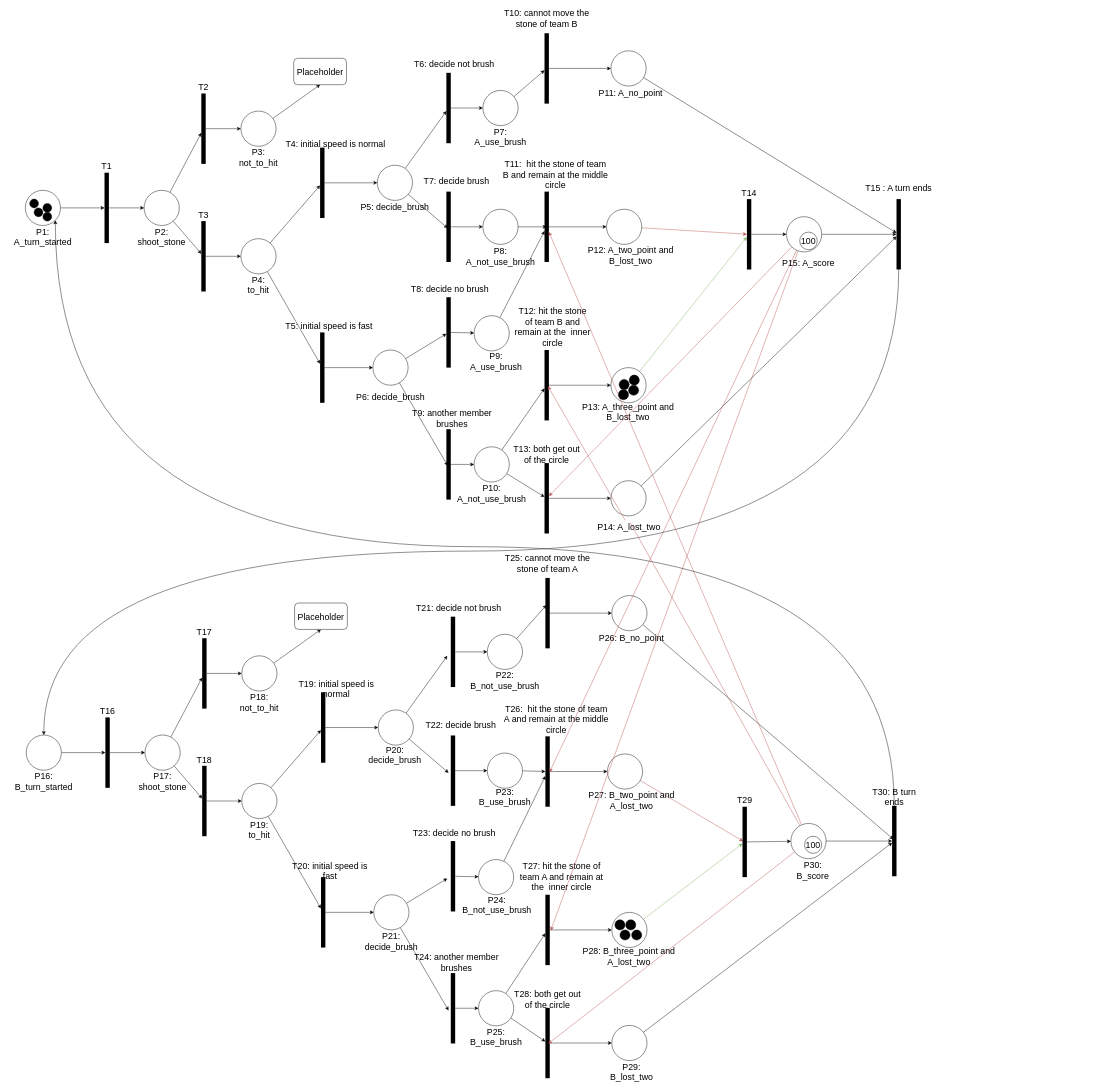
Above: 3100asmt3Q2.2.drawio in wkng0/heyy (draw.io), before the change. Source tidied: cells renumbered, new cells numbered last; positions are measured from the earlier drawing's top-left corner, leaving out a move shared by most shapes. Both pictures are drawn from the tidied source at 44%, with x=0, y=0 at pixel (7, 10).
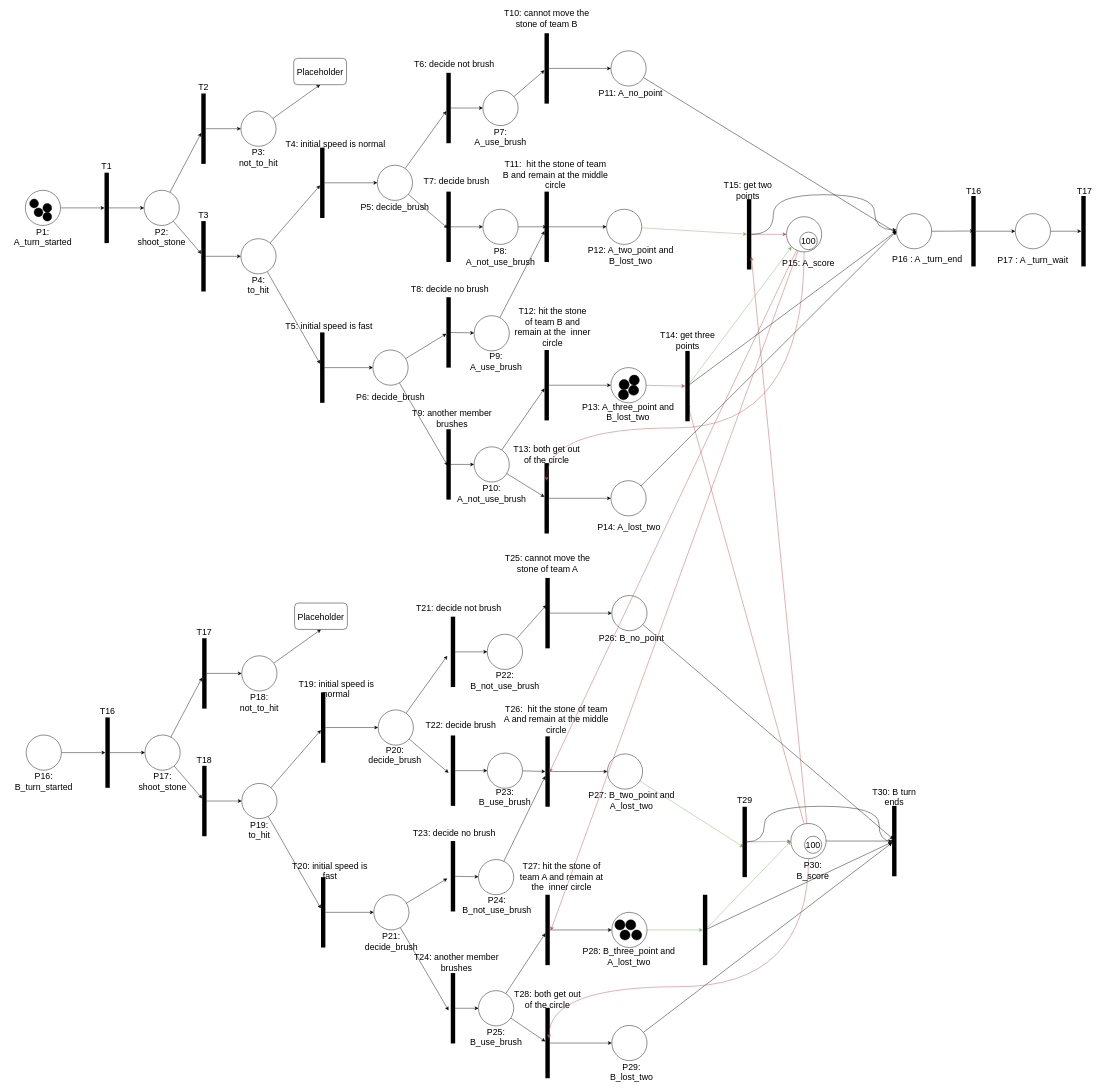
The same page after the edit.

Unchanged cells that the change refers to:
```xml
<mxCell id="3" style="ellipse;whiteSpace=wrap;html=1;fontSize=20;strokeWidth=1;fillColor=#FFFFFF;" parent="1" vertex="1">
  <mxGeometry x="40" y="410" width="80" height="80" as="geometry" />
</mxCell>
<mxCell id="59" style="ellipse;whiteSpace=wrap;html=1;fontSize=20;strokeWidth=1;fillColor=#FFFFFF;" parent="1" vertex="1">
  <mxGeometry x="1371" y="93" width="80" height="80" as="geometry" />
</mxCell>
<mxCell id="63" style="line;strokeWidth=10;direction=south;html=1;fontSize=20;fillColor=#FFFFFF;" parent="1" vertex="1">
  <mxGeometry x="1220" y="413" width="10" height="160" as="geometry" />
</mxCell>
<mxCell id="65" style="ellipse;whiteSpace=wrap;html=1;fontSize=20;strokeWidth=1;fillColor=#FFFFFF;" parent="1" vertex="1">
  <mxGeometry x="1361" y="453" width="80" height="80" as="geometry" />
</mxCell>
<mxCell id="68" style="line;strokeWidth=10;direction=south;html=1;fontSize=20;fillColor=#FFFFFF;" parent="1" vertex="1">
  <mxGeometry x="1220" y="773" width="10" height="160" as="geometry" />
</mxCell>
<mxCell id="71" style="ellipse;whiteSpace=wrap;html=1;fontSize=20;strokeWidth=1;fillColor=#FFFFFF;" parent="1" vertex="1">
  <mxGeometry x="1371" y="813" width="80" height="80" as="geometry" />
</mxCell>
<mxCell id="75" style="line;strokeWidth=10;direction=south;html=1;fontSize=20;fillColor=#FFFFFF;" parent="1" vertex="1">
  <mxGeometry x="1220" y="1030" width="10" height="160" as="geometry" />
</mxCell>
<mxCell id="78" style="ellipse;whiteSpace=wrap;html=1;fontSize=20;strokeColor=#000000;strokeWidth=1;fillColor=#FFFFFF;" parent="1" vertex="1">
  <mxGeometry x="1371" y="1070" width="80" height="80" as="geometry" />
</mxCell>
<mxCell id="80" style="ellipse;whiteSpace=wrap;html=1;fontSize=20;strokeWidth=1;fillColor=#FFFFFF;" parent="1" vertex="1">
  <mxGeometry x="42" y="1648" width="80" height="80" as="geometry" />
</mxCell>
<mxCell id="126" style="ellipse;whiteSpace=wrap;html=1;fontSize=20;strokeWidth=1;fillColor=#FFFFFF;" parent="1" vertex="1">
  <mxGeometry x="1363" y="1691" width="80" height="80" as="geometry" />
</mxCell>
<mxCell id="132" style="ellipse;whiteSpace=wrap;html=1;fontSize=20;strokeWidth=1;fillColor=#FFFFFF;" parent="1" vertex="1">
  <mxGeometry x="1373" y="2051" width="80" height="80" as="geometry" />
</mxCell>
<mxCell id="136" style="line;strokeWidth=10;direction=south;html=1;fontSize=20;fillColor=#FFFFFF;" parent="1" vertex="1">
  <mxGeometry x="1222" y="2268" width="10" height="160" as="geometry" />
</mxCell>
<mxCell id="176" style="line;strokeWidth=10;direction=south;html=1;fontSize=20;fillColor=#FFFFFF;" parent="1" vertex="1">
  <mxGeometry x="1680" y="430" width="10" height="160" as="geometry" />
</mxCell>
<mxCell id="181" style="ellipse;whiteSpace=wrap;html=1;fontSize=20;" parent="1" vertex="1">
  <mxGeometry x="1770" y="470" width="80" height="80" as="geometry" />
</mxCell>
<mxCell id="184" style="line;strokeWidth=10;direction=south;html=1;fontSize=20;fillColor=#FFFFFF;" parent="1" vertex="1">
  <mxGeometry x="1670" y="1811" width="10" height="160" as="geometry" />
</mxCell>
<mxCell id="189" style="ellipse;whiteSpace=wrap;html=1;fontSize=20;" parent="1" vertex="1">
  <mxGeometry x="1780" y="1849" width="80" height="80" as="geometry" />
</mxCell>
<mxCell id="195" style="line;strokeWidth=10;direction=south;html=1;fontSize=20;fillColor=#FFFFFF;" parent="1" vertex="1">
  <mxGeometry x="2010" y="1809" width="10" height="160" as="geometry" />
</mxCell>
<mxCell id="196" value="P14: A_lost_two" style="text;html=1;strokeColor=none;fillColor=none;align=center;verticalAlign=middle;whiteSpace=wrap;rounded=0;fontSize=20;" parent="1" vertex="1">
  <mxGeometry x="1315" y="1160" width="194" height="30" as="geometry" />
</mxCell>
```

The edit, as a diff of the source:
```diff
@@
-    <mxCell id="58" style="edgeStyle=none;rounded=0;jettySize=auto;html=1;fontSize=20;" parent="1" edge="1" source="59" target="192">
-      <mxGeometry relative="1" as="geometry" />
+    <mxCell id="58" style="edgeStyle=none;rounded=0;jettySize=auto;html=1;fontSize=20;" parent="1" edge="1" source="59">
+      <mxGeometry relative="1" as="geometry">
+        <mxPoint x="2020" y="506.9" as="targetPoint" />
+      </mxGeometry>
     </mxCell>
@@
-    <mxCell id="64" style="edgeStyle=none;rounded=0;jettySize=auto;html=1;fontSize=20;fillColor=#f8cecc;strokeColor=#b85450;" parent="1" edge="1" source="65" target="176">
+    <mxCell id="64" style="edgeStyle=none;rounded=0;jettySize=auto;html=1;fontSize=20;fillColor=#d5e8d4;strokeColor=#82b366;" parent="1" edge="1" source="65" target="176">
       <mxGeometry relative="1" as="geometry" />
     </mxCell>
@@
-    <mxCell id="70" style="edgeStyle=none;rounded=0;jettySize=auto;html=1;fontSize=20;fillColor=#d5e8d4;strokeColor=#82b366;" parent="1" edge="1" source="71" target="176">
-      <mxGeometry relative="1" as="geometry" />
-    </mxCell>
+    <mxCell id="215" style="edgeStyle=none;rounded=0;jettySize=auto;html=1;fillColor=#f8cecc;strokeColor=#b85450;" parent="1" edge="1" source="71" target="222">
+      <mxGeometry relative="1" as="geometry" />
+    </mxCell>
@@
-    <mxCell id="77" style="rounded=0;jettySize=auto;html=1;fontSize=20;" parent="1" edge="1" source="78" target="192">
+    <mxCell id="77" style="rounded=0;jettySize=auto;html=1;fontSize=20;entryX=0;entryY=0.5;entryDx=0;entryDy=0;" parent="1" edge="1" source="78" target="227">
       <mxGeometry relative="1" as="geometry" />
     </mxCell>
@@
-    <mxCell id="125" style="edgeStyle=none;rounded=0;jettySize=auto;html=1;entryX=0.49;entryY=0.857;entryDx=0;entryDy=0;entryPerimeter=0;fontSize=20;fillColor=#f8cecc;strokeColor=#b85450;" parent="1" edge="1" source="126" target="184">
+    <mxCell id="125" style="rounded=0;jettySize=auto;html=1;entryX=0.572;entryY=0.791;entryDx=0;entryDy=0;entryPerimeter=0;fillColor=#d5e8d4;strokeColor=#82b366;" parent="1" edge="1" source="126" target="184">
       <mxGeometry relative="1" as="geometry" />
     </mxCell>
@@
-    <mxCell id="131" style="edgeStyle=none;rounded=0;jettySize=auto;html=1;fontSize=20;fillColor=#d5e8d4;strokeColor=#82b366;" parent="1" edge="1" source="132" target="184">
-      <mxGeometry relative="1" as="geometry" />
-    </mxCell>
+    <mxCell id="216" style="edgeStyle=none;rounded=0;jettySize=auto;html=1;fillColor=#d5e8d4;strokeColor=#82b366;" parent="1" edge="1" source="132" target="225">
+      <mxGeometry relative="1" as="geometry" />
+    </mxCell>
@@
-    <mxCell id="175" style="edgeStyle=none;rounded=0;jettySize=auto;html=1;entryX=0;entryY=0.5;entryDx=0;entryDy=0;fontSize=20;" parent="1" edge="1" source="176" target="181">
+    <mxCell id="175" style="edgeStyle=none;rounded=0;jettySize=auto;html=1;entryX=0;entryY=0.5;entryDx=0;entryDy=0;fontSize=20;fillColor=#f8cecc;strokeColor=#b85450;" parent="1" edge="1" source="176" target="181">
       <mxGeometry relative="1" as="geometry" />
     </mxCell>
+    <mxCell id="217" style="edgeStyle=orthogonalEdgeStyle;rounded=0;jettySize=auto;html=1;curved=1;" parent="1" edge="1" source="176">
+      <mxGeometry relative="1" as="geometry">
+        <mxPoint x="2020" y="500" as="targetPoint" />
+        <Array as="points">
+          <mxPoint x="1740" y="510" />
+          <mxPoint x="1740" y="420" />
+          <mxPoint x="1970" y="420" />
+          <mxPoint x="1970" y="500" />
+          <mxPoint x="2021" y="500" />
+        </Array>
+      </mxGeometry>
+    </mxCell>
@@
-    <mxCell id="177" style="edgeStyle=none;rounded=0;jettySize=auto;html=1;fontSize=20;fillColor=#f8cecc;strokeColor=#b85450;" parent="1" edge="1" source="181" target="75">
-      <mxGeometry relative="1" as="geometry" />
+    <mxCell id="177" style="edgeStyle=orthogonalEdgeStyle;rounded=0;jettySize=auto;html=1;fontSize=20;fillColor=#f8cecc;strokeColor=#b85450;curved=1;entryX=0.25;entryY=0.5;entryDx=0;entryDy=0;entryPerimeter=0;" parent="1" edge="1" source="181" target="75">
+      <mxGeometry relative="1" as="geometry">
+        <Array as="points">
+          <mxPoint x="1810" y="950" />
+          <mxPoint x="1225" y="950" />
+        </Array>
+      </mxGeometry>
     </mxCell>
-    <mxCell id="178" style="edgeStyle=none;rounded=0;jettySize=auto;html=1;fontSize=20;" parent="1" edge="1" source="181" target="192">
-      <mxGeometry relative="1" as="geometry" />
-    </mxCell>
@@
-    <mxCell id="183" style="edgeStyle=none;rounded=0;jettySize=auto;html=1;fontSize=20;" parent="1" edge="1" source="184" target="189">
+    <mxCell id="183" style="edgeStyle=none;rounded=0;jettySize=auto;html=1;fontSize=20;fillColor=#f8cecc;strokeColor=#b85450;" parent="1" edge="1" source="184" target="189">
       <mxGeometry relative="1" as="geometry" />
     </mxCell>
+    <mxCell id="218" style="edgeStyle=orthogonalEdgeStyle;rounded=0;jettySize=auto;html=1;entryX=0.505;entryY=0.427;entryDx=0;entryDy=0;entryPerimeter=0;curved=1;" parent="1" edge="1" source="184" target="195">
+      <mxGeometry relative="1" as="geometry">
+        <Array as="points">
+          <mxPoint x="1720" y="1891" />
+          <mxPoint x="1720" y="1810" />
+          <mxPoint x="1980" y="1810" />
+          <mxPoint x="1980" y="1890" />
+        </Array>
+      </mxGeometry>
+    </mxCell>
@@
-    <mxCell id="185" style="edgeStyle=none;rounded=0;jettySize=auto;html=1;fontSize=20;fillColor=#f8cecc;strokeColor=#b85450;" parent="1" edge="1" source="189" target="63">
+    <mxCell id="185" style="edgeStyle=none;rounded=0;jettySize=auto;html=1;fontSize=20;fillColor=#f8cecc;strokeColor=#b85450;" parent="1" edge="1" source="189" target="176">
       <mxGeometry relative="1" as="geometry" />
     </mxCell>
-    <mxCell id="186" style="edgeStyle=none;rounded=0;jettySize=auto;html=1;entryX=0.516;entryY=0.2;entryDx=0;entryDy=0;entryPerimeter=0;fontSize=20;fillColor=#f8cecc;strokeColor=#b85450;startArrow=none;" parent="1" edge="1" source="196" target="68">
-      <mxGeometry relative="1" as="geometry" />
-    </mxCell>
+    <mxCell id="188" style="edgeStyle=none;rounded=0;jettySize=auto;html=1;fontSize=20;" parent="1" edge="1" source="189" target="195">
+      <mxGeometry relative="1" as="geometry" />
+    </mxCell>
-    <mxCell id="187" style="edgeStyle=none;rounded=0;jettySize=auto;html=1;entryX=0.509;entryY=0.343;entryDx=0;entryDy=0;entryPerimeter=0;fontSize=20;fillColor=#f8cecc;strokeColor=#b85450;" parent="1" edge="1" source="189" target="136">
-      <mxGeometry relative="1" as="geometry" />
+    <mxCell id="187" style="edgeStyle=orthogonalEdgeStyle;rounded=0;jettySize=auto;html=1;entryX=0.432;entryY=0.173;entryDx=0;entryDy=0;entryPerimeter=0;curved=1;fillColor=#f8cecc;strokeColor=#b85450;" parent="1" edge="1" source="189" target="136">
+      <mxGeometry relative="1" as="geometry">
+        <Array as="points">
+          <mxPoint x="1820" y="2220" />
+          <mxPoint x="1230" y="2220" />
+        </Array>
+      </mxGeometry>
     </mxCell>
-    <mxCell id="188" style="edgeStyle=none;rounded=0;jettySize=auto;html=1;fontSize=20;" parent="1" edge="1" source="189" target="195">
-      <mxGeometry relative="1" as="geometry" />
-    </mxCell>
@@
+    <mxCell id="219" style="edgeStyle=none;rounded=0;jettySize=auto;html=1;entryX=0.75;entryY=0.5;entryDx=0;entryDy=0;entryPerimeter=0;fillColor=#f8cecc;strokeColor=#b85450;" parent="1" edge="1" target="222">
+      <mxGeometry relative="1" as="geometry">
+        <mxPoint x="1810" y="1850" as="sourcePoint" />
+      </mxGeometry>
+    </mxCell>
@@
-    <mxCell id="191" style="edgeStyle=orthogonalEdgeStyle;rounded=0;jettySize=auto;html=1;entryX=0.5;entryY=0;entryDx=0;entryDy=0;fontSize=20;curved=1;" parent="1" edge="1" source="192" target="80">
-      <mxGeometry relative="1" as="geometry">
-        <Array as="points">
-          <mxPoint x="2025" y="1230" />
-          <mxPoint x="82" y="1230" />
-        </Array>
-      </mxGeometry>
-    </mxCell>
-    <mxCell id="192" style="line;strokeWidth=10;direction=south;html=1;fontSize=20;fillColor=#FFFFFF;" parent="1" vertex="1">
-      <mxGeometry x="2020" y="430" width="10" height="160" as="geometry" />
-    </mxCell>
-    <mxCell id="193" value="T15 : A turn ends" style="text;html=1;strokeColor=none;fillColor=none;align=center;verticalAlign=middle;whiteSpace=wrap;rounded=0;fontSize=20;" parent="1" vertex="1">
-      <mxGeometry x="1945" y="390" width="160" height="30" as="geometry" />
+    <mxCell id="193" value="P16 : A _turn_end" style="text;html=1;strokeColor=none;fillColor=none;align=center;verticalAlign=middle;whiteSpace=wrap;rounded=0;fontSize=20;" parent="1" vertex="1">
+      <mxGeometry x="2000" y="550" width="180" height="30" as="geometry" />
     </mxCell>
-    <mxCell id="194" style="edgeStyle=orthogonalEdgeStyle;rounded=0;jettySize=auto;html=1;entryX=1;entryY=1;entryDx=0;entryDy=0;fontSize=20;curved=1;" parent="1" edge="1" source="195" target="3">
-      <mxGeometry relative="1" as="geometry">
-        <Array as="points">
-          <mxPoint x="2015" y="1220" />
-          <mxPoint x="108" y="1220" />
-        </Array>
-      </mxGeometry>
-    </mxCell>
@@
-    <mxCell id="197" style="edgeStyle=none;rounded=0;jettySize=auto;html=1;entryX=0.516;entryY=0.2;entryDx=0;entryDy=0;entryPerimeter=0;fontSize=20;fillColor=#f8cecc;strokeColor=#b85450;endArrow=none;" parent="1" edge="1" source="189" target="196">
-      <mxGeometry relative="1" as="geometry" />
-    </mxCell>
@@
-    <mxCell id="199" value="T14" style="text;html=1;strokeColor=none;fillColor=none;align=center;verticalAlign=middle;whiteSpace=wrap;rounded=0;fontSize=20;" parent="1" vertex="1">
-      <mxGeometry x="1655" y="400" width="60" height="30" as="geometry" />
+    <mxCell id="199" value="T14: get three points" style="text;html=1;strokeColor=none;fillColor=none;align=center;verticalAlign=middle;whiteSpace=wrap;rounded=0;fontSize=20;" parent="1" vertex="1">
+      <mxGeometry x="1477.5" y="718" width="135" height="65" as="geometry" />
     </mxCell>
@@
+    <mxCell id="220" style="edgeStyle=none;rounded=0;jettySize=auto;html=1;entryX=0;entryY=1;entryDx=0;entryDy=0;fillColor=#d5e8d4;strokeColor=#82b366;" parent="1" edge="1" source="222" target="181">
+      <mxGeometry relative="1" as="geometry" />
+    </mxCell>
+    <mxCell id="221" style="edgeStyle=none;rounded=0;jettySize=auto;html=1;entryX=0;entryY=0.5;entryDx=0;entryDy=0;" parent="1" edge="1" source="222" target="227">
+      <mxGeometry relative="1" as="geometry" />
+    </mxCell>
+    <mxCell id="222" style="line;strokeWidth=10;direction=south;html=1;fontSize=20;fillColor=#FFFFFF;" parent="1" vertex="1">
+      <mxGeometry x="1540" y="775" width="10" height="160" as="geometry" />
+    </mxCell>
+    <mxCell id="223" style="edgeStyle=none;rounded=0;jettySize=auto;html=1;entryX=0;entryY=0.5;entryDx=0;entryDy=0;fillColor=#d5e8d4;strokeColor=#82b366;" parent="1" edge="1" source="225" target="189">
+      <mxGeometry relative="1" as="geometry" />
+    </mxCell>
+    <mxCell id="224" style="edgeStyle=none;rounded=0;jettySize=auto;html=1;" parent="1" edge="1" source="225" target="195">
+      <mxGeometry relative="1" as="geometry" />
+    </mxCell>
+    <mxCell id="225" style="line;strokeWidth=10;direction=south;html=1;fontSize=20;fillColor=#FFFFFF;" parent="1" vertex="1">
+      <mxGeometry x="1580" y="2011" width="10" height="160" as="geometry" />
+    </mxCell>
+    <mxCell id="226" style="edgeStyle=orthogonalEdgeStyle;curved=1;rounded=0;jettySize=auto;html=1;entryX=0.496;entryY=0.4;entryDx=0;entryDy=0;entryPerimeter=0;" parent="1" edge="1" source="227" target="229">
+      <mxGeometry relative="1" as="geometry" />
+    </mxCell>
+    <mxCell id="227" style="ellipse;whiteSpace=wrap;html=1;" parent="1" vertex="1">
+      <mxGeometry x="2020" y="463" width="80" height="80" as="geometry" />
+    </mxCell>
+    <mxCell id="228" style="rounded=0;jettySize=auto;html=1;entryX=0;entryY=0.5;entryDx=0;entryDy=0;" parent="1" edge="1" source="229" target="231">
+      <mxGeometry relative="1" as="geometry" />
+    </mxCell>
+    <mxCell id="229" style="line;strokeWidth=10;direction=south;html=1;fontSize=20;fillColor=#FFFFFF;" parent="1" vertex="1">
+      <mxGeometry x="2190" y="423" width="10" height="160" as="geometry" />
+    </mxCell>
+    <mxCell id="230" style="edgeStyle=none;rounded=0;jettySize=auto;html=1;" parent="1" edge="1" source="231">
+      <mxGeometry relative="1" as="geometry">
+        <mxPoint x="2440" y="503" as="targetPoint" />
+      </mxGeometry>
+    </mxCell>
+    <mxCell id="231" style="ellipse;whiteSpace=wrap;html=1;" parent="1" vertex="1">
+      <mxGeometry x="2290" y="463" width="80" height="80" as="geometry" />
+    </mxCell>
+    <mxCell id="232" value="P17 : A _turn_wait" style="text;html=1;strokeColor=none;fillColor=none;align=center;verticalAlign=middle;whiteSpace=wrap;rounded=0;fontSize=20;" parent="1" vertex="1">
+      <mxGeometry x="2240" y="553" width="180" height="30" as="geometry" />
+    </mxCell>
+    <mxCell id="233" style="line;strokeWidth=10;direction=south;html=1;fontSize=20;fillColor=#FFFFFF;" parent="1" vertex="1">
+      <mxGeometry x="2440" y="423" width="10" height="160" as="geometry" />
+    </mxCell>
+    <mxCell id="234" value="&lt;font style=&quot;font-size: 20px&quot;&gt;T15: get two points&lt;/font&gt;" style="text;html=1;strokeColor=none;fillColor=none;align=center;verticalAlign=middle;whiteSpace=wrap;rounded=0;" parent="1" vertex="1">
+      <mxGeometry x="1625" y="396" width="115" height="27" as="geometry" />
+    </mxCell>
+    <mxCell id="235" value="&lt;font style=&quot;font-size: 20px&quot;&gt;T16&lt;/font&gt;" style="text;html=1;strokeColor=none;fillColor=none;align=center;verticalAlign=middle;whiteSpace=wrap;rounded=0;" parent="1" vertex="1">
+      <mxGeometry x="2137.5" y="396" width="115" height="27" as="geometry" />
+    </mxCell>
+    <mxCell id="236" value="&lt;font style=&quot;font-size: 20px&quot;&gt;T17&lt;/font&gt;" style="text;html=1;strokeColor=none;fillColor=none;align=center;verticalAlign=middle;whiteSpace=wrap;rounded=0;" parent="1" vertex="1">
+      <mxGeometry x="2390" y="396" width="115" height="27" as="geometry" />
+    </mxCell>
```
